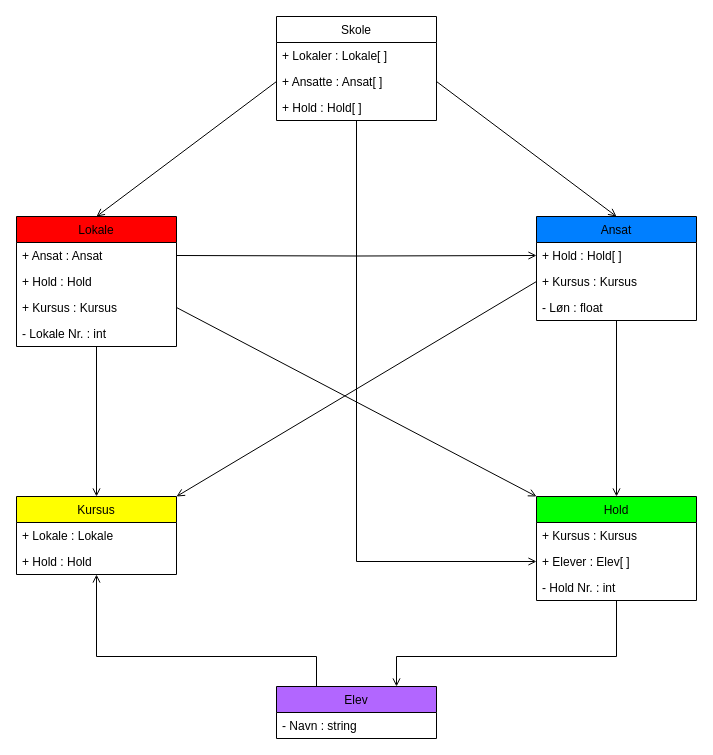
Before: Skole Oversigt/UML Diagram over Projektet.drawio in MercantecData/objektorienteret-programmering-TobiasBreinhild, a draw.io diagram. Source tidied: cells renumbered, new cells numbered last; positions are measured from the earlier drawing's top-left corner, leaving out a move shared by most shapes. Both pictures are drawn from the tidied source at 100%, with x=0, y=0 at pixel (16, 16).
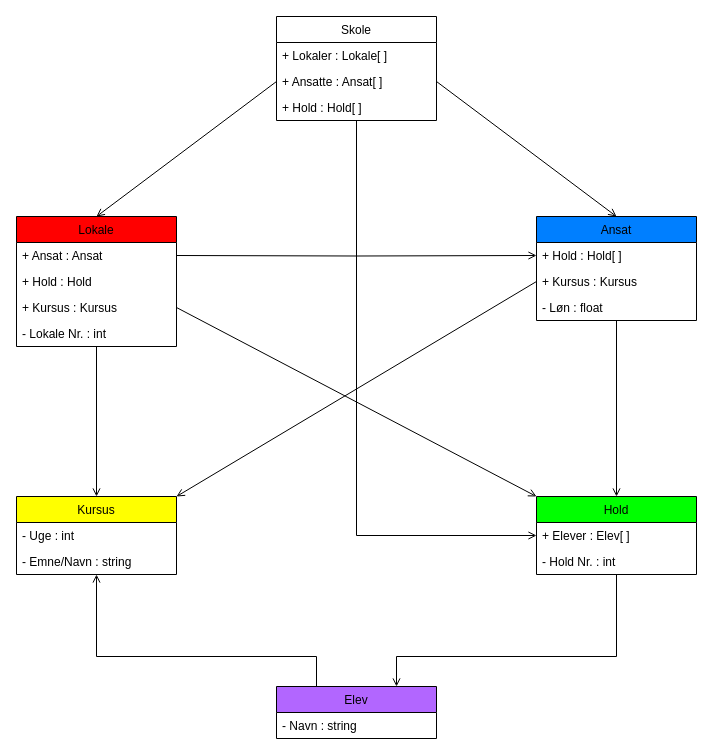
The same diagram, later.

The change refers to these unchanged cells:
```xml
<mxCell id="27" value="Kursus" style="swimlane;fontStyle=0;horizontal=1;startSize=26;fillColor=#FFFF00;" parent="1" vertex="1">
  <mxGeometry y="480" width="160" height="78" as="geometry" />
</mxCell>
```

Change to the diagram source:
```diff
@@
-    <mxCell id="28" value="+ Lokale : Lokale" style="text;strokeColor=none;fillColor=none;align=left;verticalAlign=top;spacingLeft=4;spacingRight=4;overflow=hidden;" parent="27" vertex="1">
+    <mxCell id="28" value="- Uge : int" style="text;strokeColor=none;fillColor=none;align=left;verticalAlign=top;spacingLeft=4;spacingRight=4;overflow=hidden;" parent="27" vertex="1">
       <mxGeometry y="26" width="160" height="26" as="geometry" />
     </mxCell>
-    <mxCell id="29" value="+ Hold : Hold " style="text;strokeColor=none;fillColor=none;align=left;verticalAlign=top;spacingLeft=4;spacingRight=4;overflow=hidden;" parent="27" vertex="1">
+    <mxCell id="29" value="- Emne/Navn : string" style="text;strokeColor=none;fillColor=none;align=left;verticalAlign=top;spacingLeft=4;spacingRight=4;overflow=hidden;" parent="27" vertex="1">
       <mxGeometry y="52" width="160" height="26" as="geometry" />
     </mxCell>
     <mxCell id="30" value="Hold" style="swimlane;fontStyle=0;horizontal=1;startSize=26;fillColor=#00FF00;" parent="1" vertex="1">
-      <mxGeometry x="520" y="480" width="160" height="104" as="geometry" />
+      <mxGeometry x="520" y="480" width="160" height="78" as="geometry" />
     </mxCell>
-    <mxCell id="31" value="+ Kursus : Kursus" style="text;strokeColor=none;fillColor=none;align=left;verticalAlign=top;spacingLeft=4;spacingRight=4;overflow=hidden;" parent="30" vertex="1">
-      <mxGeometry y="26" width="160" height="26" as="geometry" />
-    </mxCell>
     <mxCell id="32" value="+ Elever : Elev[ ] " style="text;strokeColor=none;fillColor=none;align=left;verticalAlign=top;spacingLeft=4;spacingRight=4;overflow=hidden;points=[[0,0.5],[1,0.5]];portConstraint=eastwest;" parent="30" vertex="1">
-      <mxGeometry y="52" width="160" height="26" as="geometry" />
+      <mxGeometry y="26" width="160" height="26" as="geometry" />
     </mxCell>
     <mxCell id="33" value="- Hold Nr. : int" style="text;strokeColor=none;fillColor=none;align=left;verticalAlign=top;spacingLeft=4;spacingRight=4;overflow=hidden;" parent="30" vertex="1">
-      <mxGeometry y="78" width="160" height="26" as="geometry" />
+      <mxGeometry y="52" width="160" height="26" as="geometry" />
     </mxCell>
```
